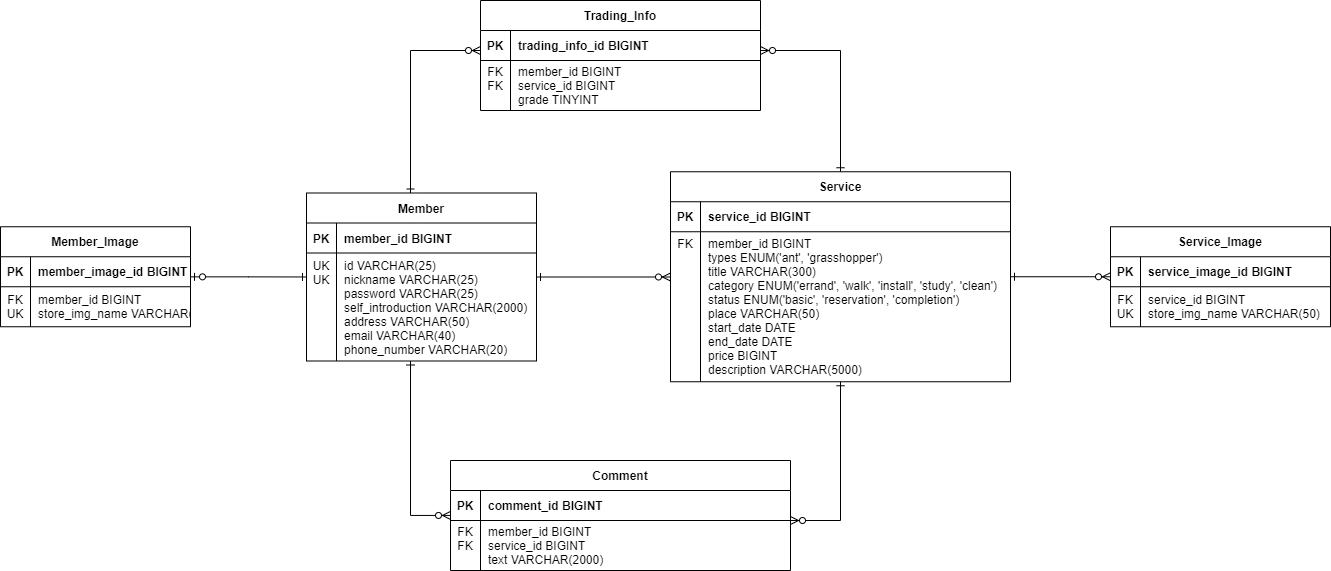
Above: sprint1 table.drawio.png in TEAM-TEMPUS/jjapturi (draw.io), before the change. Source tidied: cells renumbered, new cells last; positions are measured from the earlier drawing's top-left corner, leaving out a move shared by most shapes.
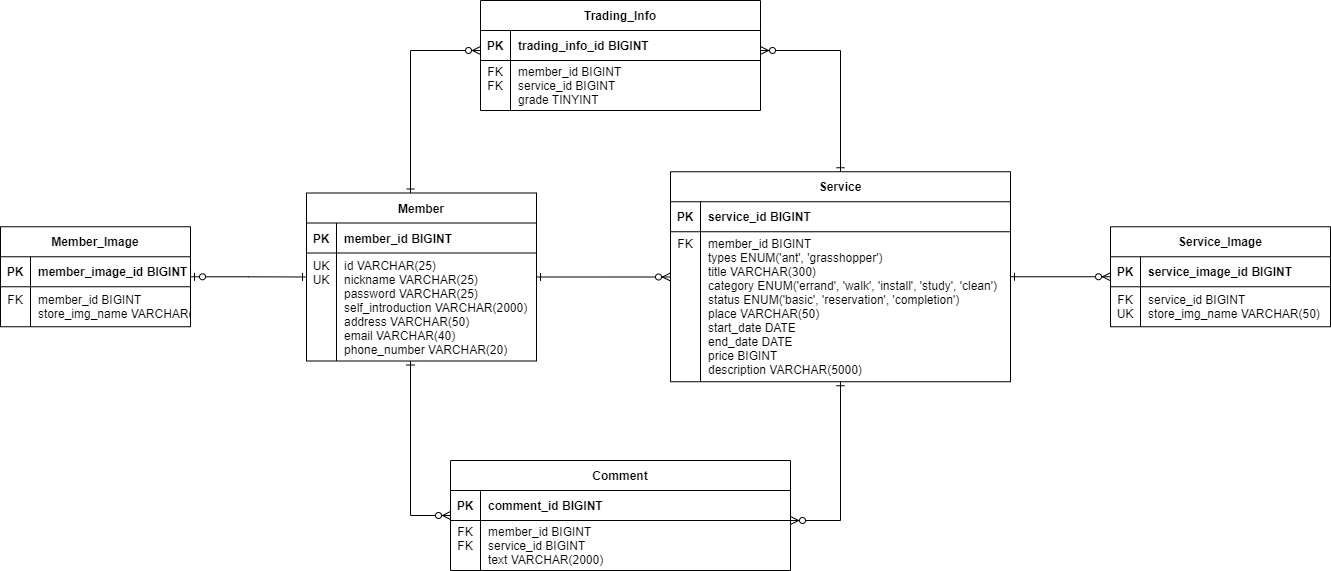
Later version of the same file.

Commit message:
docs: MemberImage 테이블에서 유니크 제약조건 제거

Change to the diagram source:
```diff
@@ -38,7 +38,7 @@
     <mxCell id="13" style="shape=tableRow;horizontal=0;startSize=0;swimlaneHead=0;swimlaneBody=0;fillColor=none;top=0;left=0;right=0;bottom=0;" parent="9" vertex="1">
       <mxGeometry y="60" width="190" height="40" as="geometry" />
     </mxCell>
-    <mxCell id="14" value="FK&#10;UK" style="shape=partialRectangle;fillColor=none;top=0;left=0;bottom=0;right=0;overflow=hidden;" parent="13" vertex="1">
+    <mxCell id="14" value="FK&#10;" style="shape=partialRectangle;fillColor=none;top=0;left=0;bottom=0;right=0;overflow=hidden;" parent="13" vertex="1">
       <mxGeometry width="30" height="40" as="geometry" />
     </mxCell>
     <mxCell id="15" value="member_id BIGINT&#10;store_img_name VARCHAR(50)" style="shape=partialRectangle;fillColor=none;top=0;left=0;bottom=0;right=0;align=left;spacingLeft=6;overflow=hidden;" parent="13" vertex="1">
```
